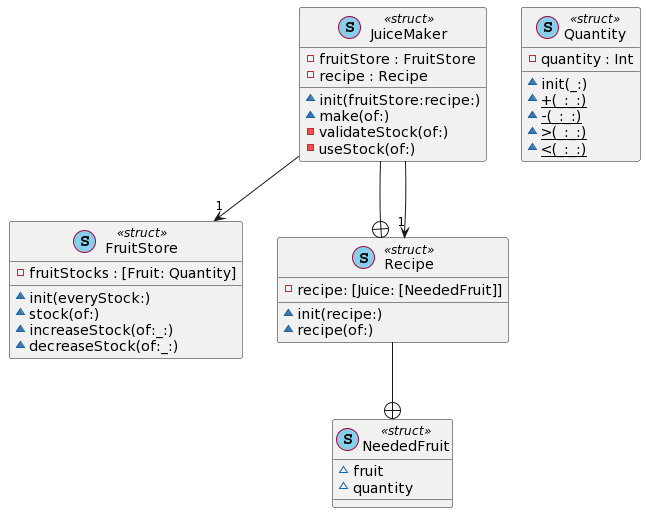
The PlantUML diagram uml.png in yagom-academy/ios-juice-maker, before a commit.
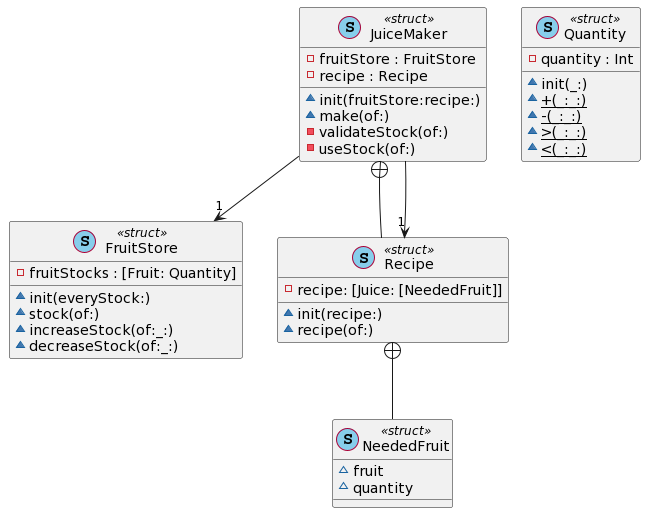
After the commit.

Change to the diagram source:
```diff
@@ -33,9 +33,9 @@
   ~ quantity
 }
 
-JuiceMaker --+ Recipe
+JuiceMaker +-- Recipe
 JuiceMaker --> "1" Recipe
-Recipe --+ NeededFruit
+Recipe +-- NeededFruit
 
 
 class "Quantity" as Quantity << (S, SkyBlue) struct >> {
```
